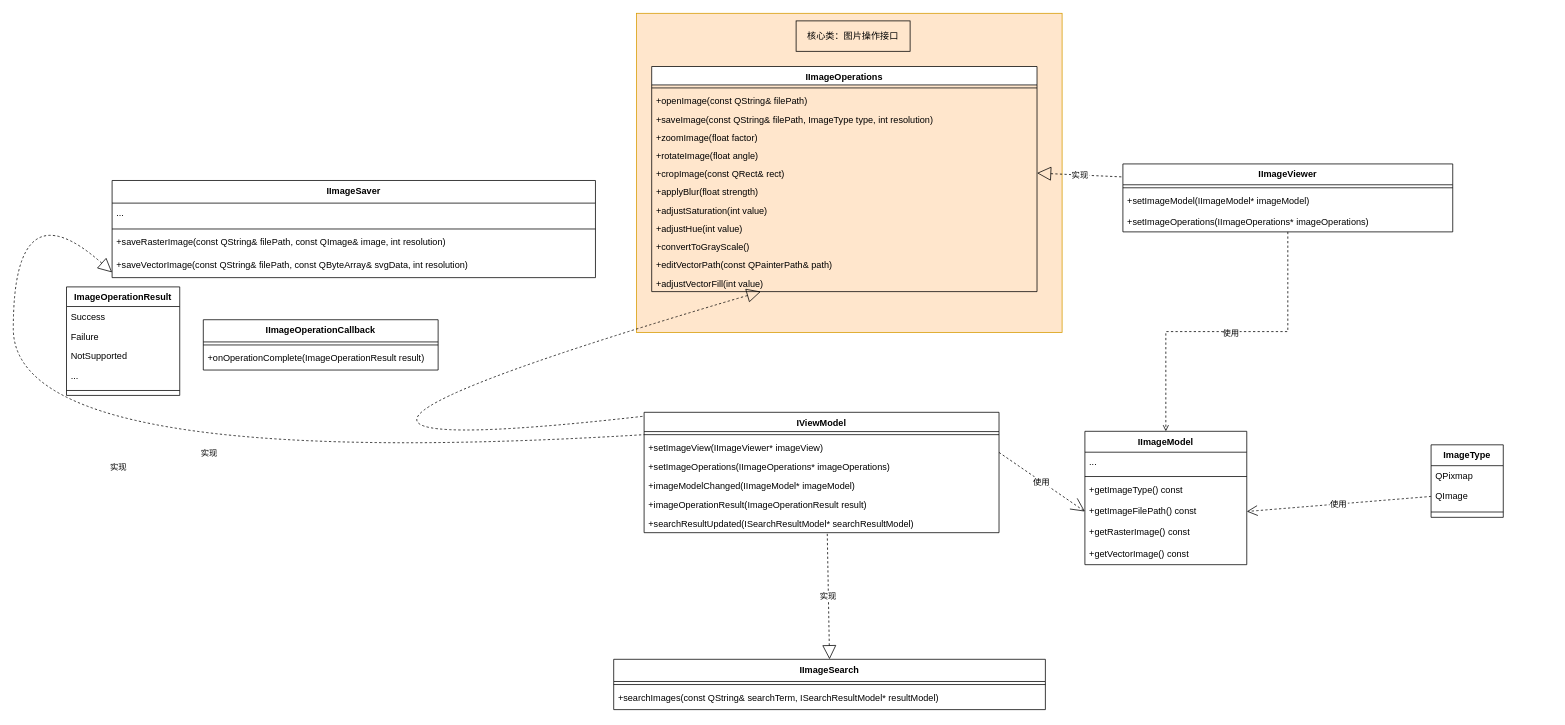
YDLinStars/myblog keeps this draw.io diagram as 未命名绘图.drawio. Above is the earlier version. Source tidied: cells renumbered, new cells numbered last; positions are measured from the earlier drawing's top-left corner, leaving out a move shared by most shapes. Both pictures are drawn from the tidied source at 76%, with x=0, y=0 at pixel (13, 13).
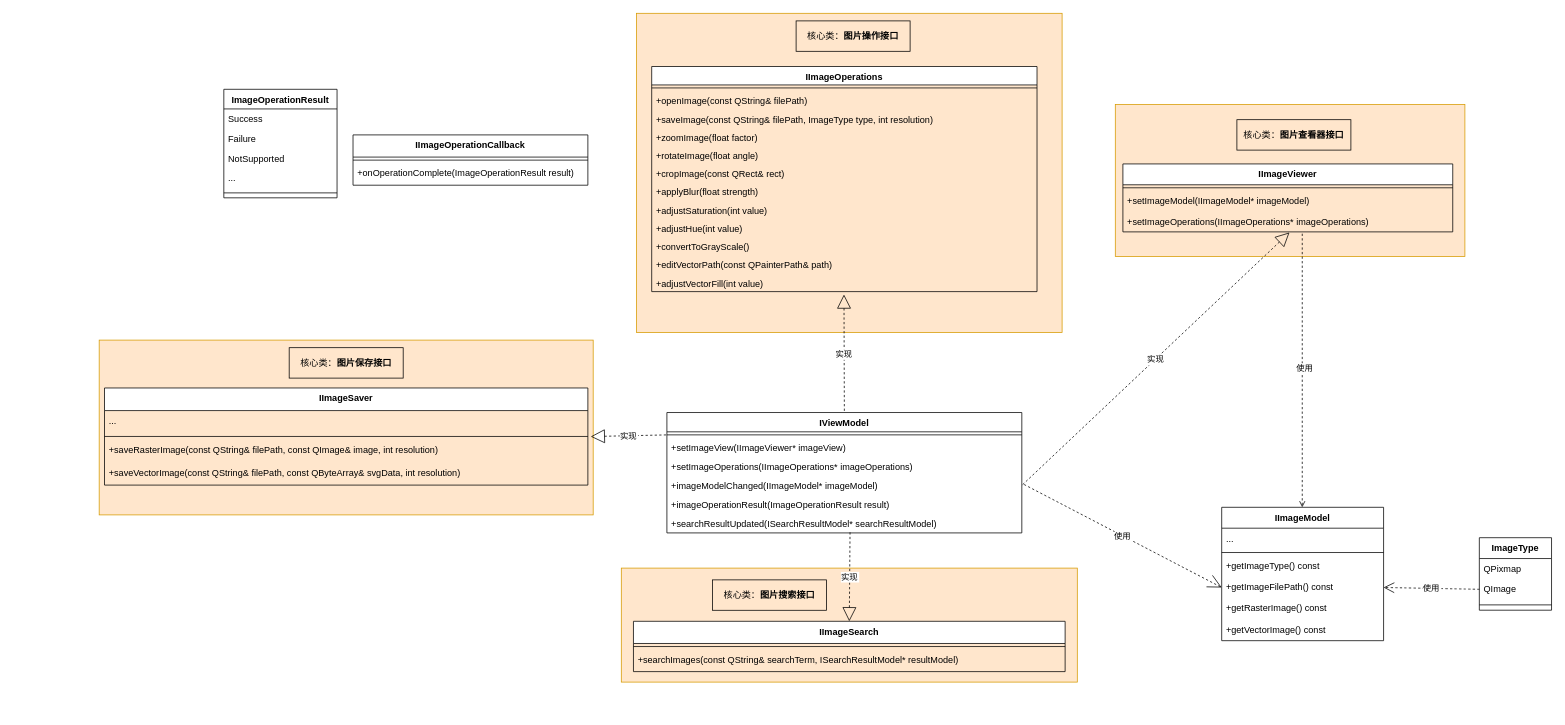
The same page after the edit.

The change refers to these unchanged cells:
```xml
<mxCell id="11" value="+getImageFilePath() const" style="text;strokeColor=none;fillColor=none;align=left;verticalAlign=top;spacingLeft=4;spacingRight=4;overflow=hidden;points=[[0,0.5],[1,0.5]];portConstraint=eastwest;" parent="7" vertex="1">
  <mxGeometry y="91.5" width="213" height="28" as="geometry" />
</mxCell>
<mxCell id="23" value="IImageOperations" style="swimlane;fontStyle=1;align=center;verticalAlign=top;horizontal=1;startSize=24.24;" parent="1" vertex="1">
  <mxGeometry x="840" y="70" width="507" height="296.2" as="geometry" />
</mxCell>
<mxCell id="29" value="+cropImage(const QRect&amp; rect)" style="text;strokeColor=none;fillColor=none;align=left;verticalAlign=top;spacingLeft=4;spacingRight=4;overflow=hidden;points=[[0,0.5],[1,0.5]];portConstraint=eastwest;" parent="23" vertex="1">
  <mxGeometry y="128.2" width="507" height="24" as="geometry" />
</mxCell>
<mxCell id="41" value="IImageViewer" style="swimlane;fontStyle=1;align=center;verticalAlign=top;horizontal=1;startSize=27.428571428571427;" parent="1" vertex="1">
  <mxGeometry x="1460" y="198.2" width="434" height="89.4" as="geometry" />
</mxCell>
<mxCell id="44" value="+setImageOperations(IImageOperations* imageOperations)" style="text;strokeColor=none;fillColor=none;align=left;verticalAlign=top;spacingLeft=4;spacingRight=4;overflow=hidden;points=[[0,0.5],[1,0.5]];portConstraint=eastwest;" parent="41" vertex="1">
  <mxGeometry y="62.4" width="434" height="27" as="geometry" />
</mxCell>
<mxCell id="48" value="+saveRasterImage(const QString&amp; filePath, const QImage&amp; image, int resolution)" style="text;strokeColor=none;fillColor=none;align=left;verticalAlign=top;spacingLeft=4;spacingRight=4;overflow=hidden;points=[[0,0.5],[1,0.5]];portConstraint=eastwest;" parent="45" vertex="1">
  <mxGeometry y="67.8" width="636" height="30" as="geometry" />
</mxCell>
<mxCell id="54" value="+imageModelChanged(IImageModel* imageModel)" style="text;strokeColor=none;fillColor=none;align=left;verticalAlign=top;spacingLeft=4;spacingRight=4;overflow=hidden;points=[[0,0.5],[1,0.5]];portConstraint=eastwest;" parent="50" vertex="1">
  <mxGeometry y="83.4" width="467" height="25" as="geometry" />
</mxCell>
```

Diff of the diagram source:
```diff
@@
+    <mxCell id="64" style="rounded=0;whiteSpace=wrap;html=1;fillColor=#ffe6cc;strokeColor=#d79b00;" parent="1" vertex="1">
+      <mxGeometry x="800" y="730" width="600" height="150" as="geometry" />
+    </mxCell>
+    <mxCell id="65" style="rounded=0;whiteSpace=wrap;html=1;fillColor=#ffe6cc;strokeColor=#d79b00;" parent="1" vertex="1">
+      <mxGeometry x="1450" y="120" width="460" height="200" as="geometry" />
+    </mxCell>
+    <mxCell id="66" style="rounded=0;whiteSpace=wrap;html=1;fillColor=#ffe6cc;strokeColor=#d79b00;" parent="1" vertex="1">
+      <mxGeometry x="113" y="430" width="650" height="230" as="geometry" />
+    </mxCell>
@@
     <mxCell id="3" value="ImageType" style="swimlane;fontStyle=1;align=center;verticalAlign=top;horizontal=1;startSize=27.428571428571427;" parent="1" vertex="1">
-      <mxGeometry x="1865.5" y="567.8" width="95" height="95.4" as="geometry" />
+      <mxGeometry x="1929" y="690" width="95" height="95.4" as="geometry" />
     </mxCell>
@@
     <mxCell id="7" value="IImageModel" style="swimlane;fontStyle=1;align=center;verticalAlign=top;horizontal=1;startSize=27.5;" parent="1" vertex="1">
-      <mxGeometry x="1410" y="550" width="213" height="175.5" as="geometry" />
+      <mxGeometry x="1590" y="650" width="213" height="175.5" as="geometry" />
     </mxCell>
@@
     <mxCell id="14" value="ImageOperationResult" style="swimlane;fontStyle=1;align=center;verticalAlign=top;horizontal=1;startSize=25.818181818181817;" parent="1" vertex="1">
-      <mxGeometry x="70" y="360" width="149" height="142.8" as="geometry" />
+      <mxGeometry x="277" y="100" width="149" height="142.8" as="geometry" />
     </mxCell>
@@
     <mxCell id="20" value="IImageOperationCallback" style="swimlane;fontStyle=1;align=center;verticalAlign=top;horizontal=1;startSize=29.2;" parent="1" vertex="1">
-      <mxGeometry x="250" y="403.2" width="309" height="66.2" as="geometry" />
+      <mxGeometry x="447" y="160" width="309" height="66.2" as="geometry" />
     </mxCell>
@@
     <mxCell id="36" value="IImageSearch" style="swimlane;fontStyle=1;align=center;verticalAlign=top;horizontal=1;startSize=29.2;" parent="1" vertex="1">
-      <mxGeometry x="790" y="850" width="568" height="66.2" as="geometry" />
+      <mxGeometry x="816" y="800" width="568" height="66.2" as="geometry" />
     </mxCell>
@@
-    <mxCell id="39" style="edgeStyle=orthogonalEdgeStyle;rounded=0;jettySize=auto;html=1;dashed=1;endArrow=open;endFill=0;" parent="1" edge="1" source="41" target="7">
-      <mxGeometry relative="1" as="geometry" />
+    <mxCell id="39" style="edgeStyle=orthogonalEdgeStyle;rounded=0;jettySize=auto;html=1;dashed=1;endArrow=open;endFill=0;" parent="1" edge="1" target="7">
+      <mxGeometry relative="1" as="geometry">
+        <mxPoint x="1696" y="290" as="sourcePoint" />
+      </mxGeometry>
     </mxCell>
@@
     <mxCell id="45" value="IImageSaver" style="swimlane;fontStyle=1;align=center;verticalAlign=top;horizontal=1;startSize=29.75;" parent="1" vertex="1">
-      <mxGeometry x="130" y="220" width="636" height="127.8" as="geometry" />
+      <mxGeometry x="120" y="493" width="636" height="127.8" as="geometry" />
     </mxCell>
@@
     <mxCell id="50" value="IViewModel" style="swimlane;fontStyle=1;align=center;verticalAlign=top;horizontal=1;startSize=25.384615384615383;" parent="1" vertex="1">
-      <mxGeometry x="830" y="525" width="467" height="158.4" as="geometry" />
+      <mxGeometry x="860" y="525.3" width="467" height="158.4" as="geometry" />
     </mxCell>
@@
-    <mxCell id="58" value="使用" style="dashed=1;startArrow=open;startSize=16;startFill=0;endArrow=none;entryX=1.0007235345289078;entryY=0.33307715307566765;rounded=0;exitX=0;exitY=0.5;exitDx=0;exitDy=0;" parent="1" edge="1" source="11" target="50">
-      <mxGeometry relative="1" as="geometry" />
+    <mxCell id="58" value="使用" style="dashed=1;startArrow=open;startSize=16;startFill=0;endArrow=none;rounded=0;exitX=0;exitY=0.5;exitDx=0;exitDy=0;" parent="1" edge="1" source="11">
+      <mxGeometry relative="1" as="geometry">
+        <mxPoint x="1330" y="620" as="targetPoint" />
+      </mxGeometry>
     </mxCell>
-    <mxCell id="59" value="实现" style="dashed=1;startArrow=block;startSize=16;startFill=0;endArrow=none;exitX=1;exitY=0.5;entryX=-0.000526533698156682;entryY=0.19110446306921547;rounded=0;exitDx=0;exitDy=0;" parent="1" edge="1" source="29" target="41">
-      <mxGeometry relative="1" as="geometry" />
-    </mxCell>
-    <mxCell id="60" value="实现" style="curved=1;dashed=1;startArrow=block;startSize=16;startFill=0;endArrow=none;exitX=0.28313770656532233;exitY=1;entryX=0.00005436964668094218;entryY=0.03240017125709249;rounded=0;" parent="1" edge="1" source="23" target="50">
+    <mxCell id="60" value="实现" style="dashed=1;startArrow=block;startSize=16;startFill=0;endArrow=none;rounded=0;entryX=0.5;entryY=0;entryDx=0;entryDy=0;" parent="1" edge="1" target="50">
       <mxGeometry relative="1" as="geometry">
-        <Array as="points">
-          <mxPoint x="170" y="605" />
-        </Array>
+        <mxPoint x="1093" y="370" as="sourcePoint" />
       </mxGeometry>
     </mxCell>
@@
-    <mxCell id="62" value="实现" style="curved=1;dashed=1;startArrow=block;startSize=16;startFill=0;endArrow=none;exitX=0.00011669614779874214;exitY=0.9457378477212485;entryX=0.00005436964668094218;entryY=0.18583221547869286;rounded=0;" parent="1" edge="1" source="45" target="50">
-      <mxGeometry relative="1" as="geometry">
-        <Array as="points">
-          <mxPoint y="225" />
-          <mxPoint y="605" />
-        </Array>
-      </mxGeometry>
+    <mxCell id="62" value="实现" style="dashed=1;startArrow=block;startSize=16;startFill=0;endArrow=none;exitX=1.006;exitY=-0.129;entryX=0.00005436964668094218;entryY=0.18583221547869286;rounded=0;exitDx=0;exitDy=0;exitPerimeter=0;" parent="1" edge="1" source="48" target="50">
+      <mxGeometry relative="1" as="geometry" />
     </mxCell>
-    <mxCell id="63" value="核心类：图片操作接口" style="text;strokeColor=default;align=center;fillColor=none;html=1;verticalAlign=middle;whiteSpace=wrap;rounded=0;fontFamily=宋体;" parent="1" vertex="1">
+    <mxCell id="63" value="&lt;font style=&quot;font-size: 12px;&quot;&gt;核心类：&lt;b&gt;图片操作接口&lt;/b&gt;&lt;/font&gt;" style="text;strokeColor=default;align=center;fillColor=none;html=1;verticalAlign=middle;whiteSpace=wrap;rounded=0;fontFamily=宋体;" parent="1" vertex="1">
       <mxGeometry x="1030" y="10" width="150" height="40" as="geometry" />
     </mxCell>
+    <mxCell id="67" value="&lt;font style=&quot;font-size: 12px;&quot;&gt;核心类：&lt;b&gt;图片保存接口&lt;/b&gt;&lt;/font&gt;" style="text;strokeColor=default;align=center;fillColor=none;html=1;verticalAlign=middle;whiteSpace=wrap;rounded=0;fontFamily=宋体;" parent="1" vertex="1">
+      <mxGeometry x="363" y="440" width="150" height="40" as="geometry" />
+    </mxCell>
+    <mxCell id="59" value="实现" style="dashed=1;startArrow=block;startSize=16;startFill=0;endArrow=none;rounded=0;entryX=1;entryY=0.5;entryDx=0;entryDy=0;exitX=0.505;exitY=1.03;exitDx=0;exitDy=0;exitPerimeter=0;" parent="1" edge="1" source="44" target="54">
+      <mxGeometry relative="1" as="geometry" />
+    </mxCell>
+    <mxCell id="68" value="&lt;font style=&quot;font-size: 12px;&quot;&gt;核心类：&lt;/font&gt;&lt;b&gt;图片查看器接口&lt;/b&gt;" style="text;strokeColor=default;align=center;fillColor=none;html=1;verticalAlign=middle;whiteSpace=wrap;rounded=0;fontFamily=宋体;" parent="1" vertex="1">
+      <mxGeometry x="1610" y="140" width="150" height="40" as="geometry" />
+    </mxCell>
+    <mxCell id="69" value="&lt;font style=&quot;font-size: 12px;&quot;&gt;核心类：&lt;b&gt;图片搜索接口&lt;/b&gt;&lt;/font&gt;" style="text;strokeColor=default;align=center;fillColor=none;html=1;verticalAlign=middle;whiteSpace=wrap;rounded=0;fontFamily=宋体;" parent="1" vertex="1">
+      <mxGeometry x="920" y="745.5" width="150" height="40" as="geometry" />
+    </mxCell>
```
